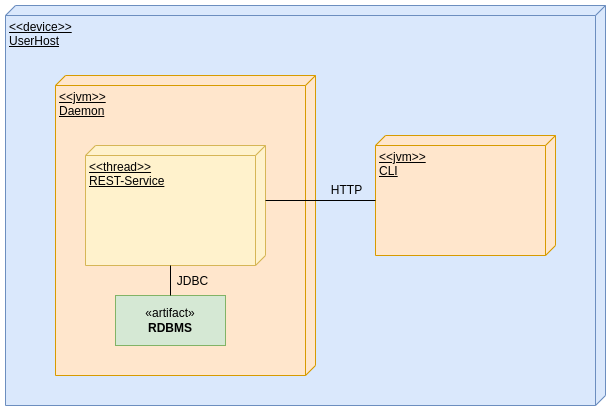
BFH-Project1-HS24-KMS4-2/ai-aided-caches-n-logs-monitoring-n-wiping-demon keeps this draw.io diagram as docs/assets/DeplDiagram.png. Above is the earlier version. Source tidied: cells renumbered, new cells last; positions are measured from the earlier drawing's top-left corner, leaving out a move shared by most shapes.
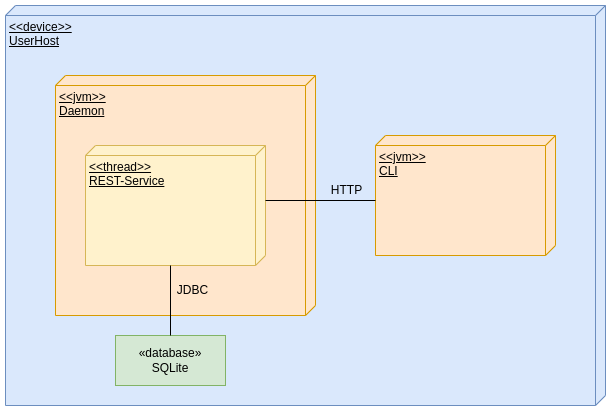
The same diagram one commit later.

Commit message:
current deployment diagram

What changed in the source:
```diff
@@ -9,13 +9,13 @@
       <mxGeometry x="370" y="130" width="180" height="120" as="geometry" />
     </mxCell>
     <mxCell id="4" value="&amp;lt;&amp;lt;jvm&amp;gt;&amp;gt;&lt;div&gt;Daemon&lt;/div&gt;" style="verticalAlign=top;align=left;spacingTop=8;spacingLeft=2;spacingRight=12;shape=cube;size=10;direction=south;fontStyle=4;html=1;whiteSpace=wrap;fillColor=#ffe6cc;strokeColor=#d79b00;" parent="1" vertex="1">
-      <mxGeometry x="50" y="70" width="260" height="300" as="geometry" />
+      <mxGeometry x="50" y="70" width="260" height="240" as="geometry" />
     </mxCell>
     <mxCell id="5" value="&amp;lt;&amp;lt;thread&amp;gt;&amp;gt;&lt;div&gt;REST-Service&lt;/div&gt;" style="verticalAlign=top;align=left;spacingTop=8;spacingLeft=2;spacingRight=12;shape=cube;size=10;direction=south;fontStyle=4;html=1;whiteSpace=wrap;fillColor=#fff2cc;strokeColor=#d6b656;" parent="1" vertex="1">
       <mxGeometry x="80" y="140" width="180" height="120" as="geometry" />
     </mxCell>
-    <mxCell id="6" value="«artifact»&lt;br&gt;&lt;b&gt;RDBMS&lt;/b&gt;" style="html=1;whiteSpace=wrap;fillColor=#d5e8d4;strokeColor=#82b366;" parent="1" vertex="1">
-      <mxGeometry x="110" y="290" width="110" height="50" as="geometry" />
+    <mxCell id="6" value="«database»&lt;br&gt;&lt;div&gt;SQLite&lt;/div&gt;" style="html=1;whiteSpace=wrap;fillColor=#d5e8d4;strokeColor=#82b366;align=center;" parent="1" vertex="1">
+      <mxGeometry x="110" y="330" width="110" height="50" as="geometry" />
     </mxCell>
     <mxCell id="7" style="endArrow=none;html=1;rounded=0;exitX=0;exitY=0;exitDx=120;exitDy=95;exitPerimeter=0;entryX=0.5;entryY=0;entryDx=0;entryDy=0;" parent="1" edge="1" source="5" target="6">
       <mxGeometry relative="1" as="geometry" />
@@ -27,7 +27,7 @@
       <mxGeometry x="316" y="170" width="50" height="30" as="geometry" />
     </mxCell>
     <mxCell id="10" value="JDBC" style="text;html=1;align=center;verticalAlign=middle;strokeColor=none;fillColor=none;" parent="1" vertex="1">
-      <mxGeometry x="162" y="261" width="50" height="30" as="geometry" />
+      <mxGeometry x="162" y="270" width="50" height="30" as="geometry" />
     </mxCell>
   </root>
 </mxGraphModel>
```
